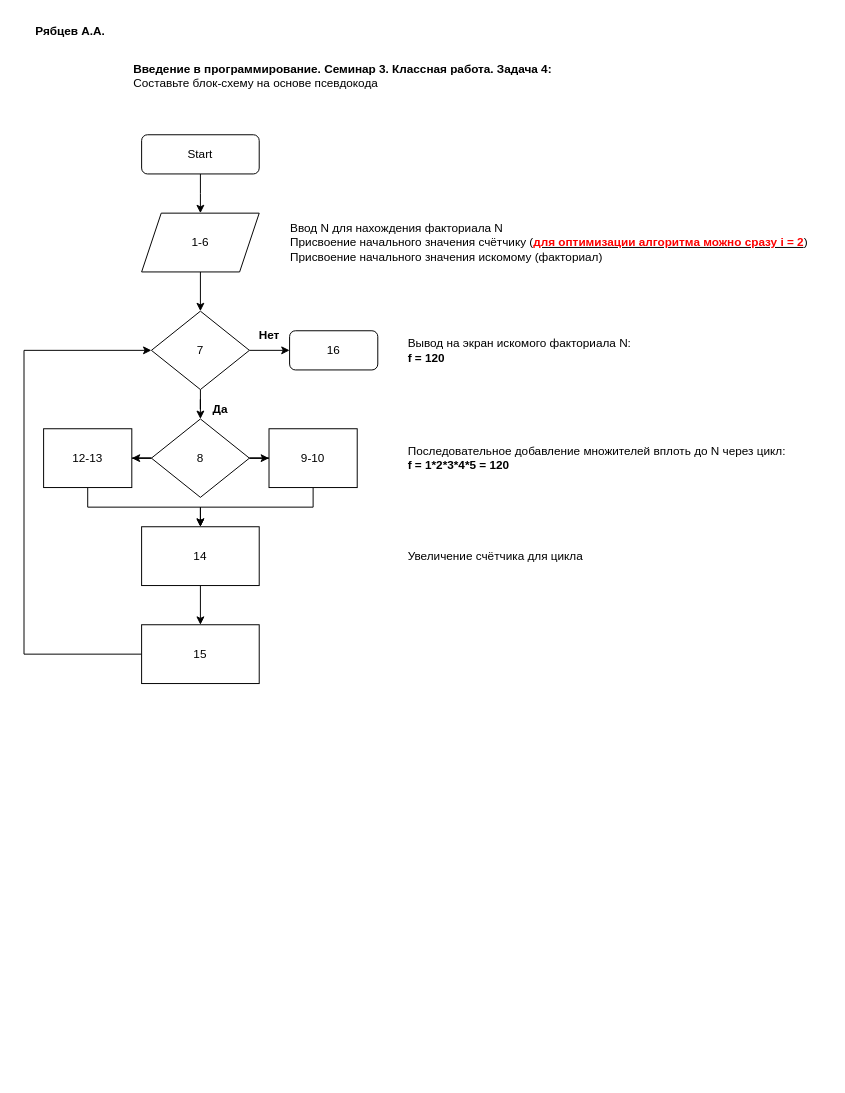
kask1n/Programming_Introguction keeps this draw.io diagram as 2022.12.13_CW_3-6.drawio. Above is the earlier version. Source tidied: cells renumbered, new cells numbered last; positions are measured from the earlier drawing's top-left corner, leaving out a move shared by most shapes. Both pictures are drawn from the tidied source at 98%, with x=0, y=0 at pixel (24, 17).
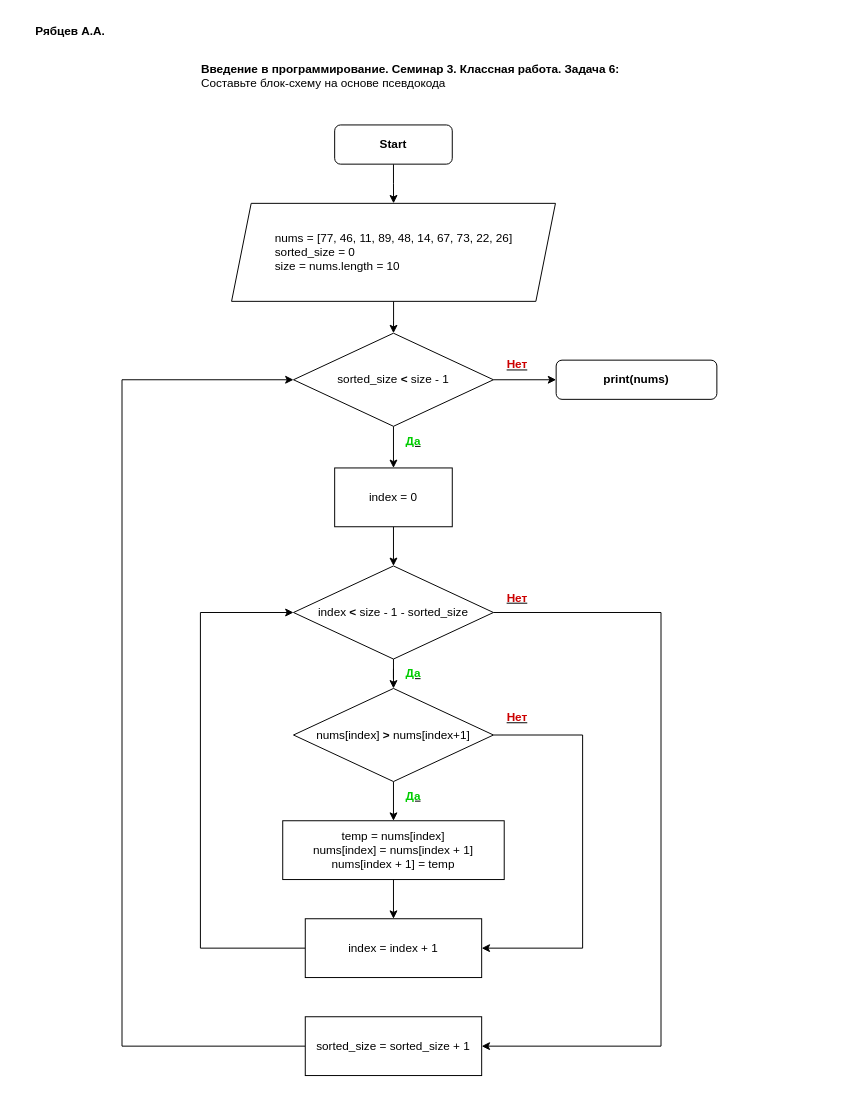
After the change.

Change to the diagram source:
```diff
@@
-    <mxCell id="2" style="edgeStyle=orthogonalEdgeStyle;rounded=0;jettySize=auto;html=1;" parent="1" edge="1" source="3">
-      <mxGeometry relative="1" as="geometry">
-        <mxPoint x="180" y="200" as="targetPoint" />
-      </mxGeometry>
-    </mxCell>
+    <mxCell id="19" value="&lt;b&gt;Рябцев А.А.&lt;/b&gt;" style="text;html=1;align=left;verticalAlign=middle;strokeColor=none;fillColor=none;" parent="1" vertex="1">
+      <mxGeometry x="10" width="90" height="30" as="geometry" />
+    </mxCell>
+    <mxCell id="29" value="&lt;b&gt;Введение в программирование. Семинар 3. Классная работа. Задача 6:&lt;br&gt;&lt;/b&gt;&lt;div&gt;Составьте блок-схему на основе псевдокода&lt;br&gt;&lt;/div&gt;" style="text;html=1;align=left;verticalAlign=middle;strokeColor=none;fillColor=none;" parent="1" vertex="1">
+      <mxGeometry x="179" y="40" width="450" height="40" as="geometry" />
+    </mxCell>
+    <mxCell id="30" style="edgeStyle=orthogonalEdgeStyle;rounded=0;jettySize=auto;html=1;" parent="1" edge="1" source="3" target="33">
+      <mxGeometry relative="1" as="geometry" />
+    </mxCell>
-    <mxCell id="3" value="Start" style="rounded=1;whiteSpace=wrap;html=1;fontSize=12;glass=0;strokeWidth=1;shadow=0;" parent="1" vertex="1">
-      <mxGeometry x="120" y="120" width="120" height="40" as="geometry" />
+    <mxCell id="3" value="&lt;b&gt;Start&lt;/b&gt;" style="rounded=1;whiteSpace=wrap;html=1;fontSize=12;glass=0;strokeWidth=1;shadow=0;" parent="1" vertex="1">
+      <mxGeometry x="317" y="110" width="120" height="40" as="geometry" />
     </mxCell>
-    <mxCell id="4" value="16" style="rounded=1;whiteSpace=wrap;html=1;fontSize=12;glass=0;strokeWidth=1;shadow=0;" parent="1" vertex="1">
-      <mxGeometry x="271" y="320" width="90" height="40" as="geometry" />
-    </mxCell>
-    <mxCell id="5" style="edgeStyle=orthogonalEdgeStyle;rounded=0;jettySize=auto;html=1;" parent="1" edge="1" source="6" target="13">
-      <mxGeometry relative="1" as="geometry" />
-    </mxCell>
-    <mxCell id="6" value="&lt;div style=&quot;text-align: justify;&quot;&gt;1-6&lt;/div&gt;" style="shape=parallelogram;perimeter=parallelogramPerimeter;whiteSpace=wrap;html=1;fixedSize=1;" parent="1" vertex="1">
-      <mxGeometry x="120" y="200" width="120" height="60" as="geometry" />
-    </mxCell>
-    <mxCell id="7" value="Вывод на экран искомого факториала N:&amp;nbsp;&lt;br&gt;&lt;b&gt;f = 120&lt;/b&gt;" style="text;html=1;align=left;verticalAlign=middle;strokeColor=none;fillColor=none;" parent="1" vertex="1">
-      <mxGeometry x="390" y="320" width="250" height="40" as="geometry" />
-    </mxCell>
-    <mxCell id="8" value="&lt;div style=&quot;&quot;&gt;&lt;span style=&quot;background-color: initial;&quot;&gt;Последовательное добавление множителей вплоть до N через цикл:&amp;nbsp;&lt;/span&gt;&lt;/div&gt;&lt;div style=&quot;&quot;&gt;&lt;span style=&quot;background-color: initial;&quot;&gt;&lt;b&gt;f = 1*2*3*4*5 = 120&lt;/b&gt;&lt;/span&gt;&lt;/div&gt;" style="text;html=1;align=left;verticalAlign=middle;strokeColor=none;fillColor=none;" parent="1" vertex="1">
-      <mxGeometry x="390" y="430" width="410" height="40" as="geometry" />
-    </mxCell>
-    <mxCell id="9" value="Ввод N для нахождения факториала N&lt;br&gt;Присвоение начального значения счётчику (&lt;b&gt;&lt;u&gt;&lt;font color=&quot;#ff0000&quot;&gt;для оптимизации алгоритма можно сразу i = 2&lt;/font&gt;&lt;/u&gt;&lt;/b&gt;)&lt;br&gt;Присвоение начального значения искомому (факториал)" style="text;html=1;align=left;verticalAlign=middle;strokeColor=none;fillColor=none;" parent="1" vertex="1">
-      <mxGeometry x="270" y="200" width="550" height="60" as="geometry" />
-    </mxCell>
-    <mxCell id="10" value="&lt;b&gt;Введение в программирование. Семинар 3. Классная работа. Задача 4:&lt;br&gt;&lt;/b&gt;&lt;div&gt;Составьте блок-схему на основе псевдокода&lt;br&gt;&lt;/div&gt;" style="text;html=1;align=left;verticalAlign=middle;strokeColor=none;fillColor=none;" parent="1" vertex="1">
-      <mxGeometry x="110" y="40" width="450" height="40" as="geometry" />
-    </mxCell>
-    <mxCell id="11" style="edgeStyle=orthogonalEdgeStyle;rounded=0;jettySize=auto;html=1;entryX=0.5;entryY=0;entryDx=0;entryDy=0;" parent="1" edge="1" source="13" target="24">
-      <mxGeometry relative="1" as="geometry" />
-    </mxCell>
-    <mxCell id="12" style="edgeStyle=orthogonalEdgeStyle;rounded=0;jettySize=auto;html=1;" parent="1" edge="1" source="13" target="4">
-      <mxGeometry relative="1" as="geometry" />
-    </mxCell>
-    <mxCell id="13" value="7" style="rhombus;whiteSpace=wrap;html=1;" parent="1" vertex="1">
-      <mxGeometry x="130" y="300" width="100" height="80" as="geometry" />
-    </mxCell>
-    <mxCell id="14" value="&lt;b&gt;Да&lt;/b&gt;" style="text;html=1;align=center;verticalAlign=middle;strokeColor=none;fillColor=none;" parent="1" vertex="1">
-      <mxGeometry x="180" y="385" width="40" height="30" as="geometry" />
-    </mxCell>
-    <mxCell id="15" value="&lt;b&gt;Нет&lt;/b&gt;" style="text;html=1;align=center;verticalAlign=middle;strokeColor=none;fillColor=none;" parent="1" vertex="1">
-      <mxGeometry x="230" y="310" width="40" height="30" as="geometry" />
-    </mxCell>
-    <mxCell id="16" style="edgeStyle=orthogonalEdgeStyle;rounded=0;jettySize=auto;html=1;" parent="1" edge="1" source="17" target="21">
-      <mxGeometry relative="1" as="geometry" />
-    </mxCell>
-    <mxCell id="17" value="14" style="rounded=0;whiteSpace=wrap;html=1;" parent="1" vertex="1">
-      <mxGeometry x="120" y="520" width="120" height="60" as="geometry" />
-    </mxCell>
-    <mxCell id="18" value="&lt;div style=&quot;&quot;&gt;Увеличение счётчика для цикла&lt;br&gt;&lt;/div&gt;" style="text;html=1;align=left;verticalAlign=middle;strokeColor=none;fillColor=none;" parent="1" vertex="1">
-      <mxGeometry x="390" y="535" width="200" height="30" as="geometry" />
-    </mxCell>
-    <mxCell id="19" value="&lt;b&gt;Рябцев А.А.&lt;/b&gt;" style="text;html=1;align=left;verticalAlign=middle;strokeColor=none;fillColor=none;" parent="1" vertex="1">
-      <mxGeometry x="10" width="90" height="30" as="geometry" />
-    </mxCell>
-    <mxCell id="20" style="edgeStyle=orthogonalEdgeStyle;rounded=0;jettySize=auto;html=1;entryX=0;entryY=0.5;entryDx=0;entryDy=0;" parent="1" edge="1" source="21" target="13">
-      <mxGeometry relative="1" as="geometry">
-        <Array as="points">
-          <mxPoint y="650" />
-          <mxPoint y="340" />
-        </Array>
-      </mxGeometry>
-    </mxCell>
-    <mxCell id="21" value="15" style="rounded=0;whiteSpace=wrap;html=1;" parent="1" vertex="1">
-      <mxGeometry x="120" y="620" width="120" height="60" as="geometry" />
-    </mxCell>
-    <mxCell id="22" style="edgeStyle=orthogonalEdgeStyle;rounded=0;jettySize=auto;html=1;" parent="1" edge="1" source="24" target="28">
-      <mxGeometry relative="1" as="geometry" />
-    </mxCell>
-    <mxCell id="23" style="edgeStyle=orthogonalEdgeStyle;rounded=0;jettySize=auto;html=1;" parent="1" edge="1" source="24" target="26">
-      <mxGeometry relative="1" as="geometry" />
-    </mxCell>
-    <mxCell id="24" value="8" style="rhombus;whiteSpace=wrap;html=1;" parent="1" vertex="1">
-      <mxGeometry x="130" y="410" width="100" height="80" as="geometry" />
-    </mxCell>
-    <mxCell id="25" style="edgeStyle=orthogonalEdgeStyle;rounded=0;jettySize=auto;html=1;entryX=0.5;entryY=0;entryDx=0;entryDy=0;" parent="1" edge="1" source="26" target="17">
-      <mxGeometry relative="1" as="geometry">
-        <Array as="points">
-          <mxPoint x="65" y="500" />
-          <mxPoint x="180" y="500" />
-        </Array>
-      </mxGeometry>
-    </mxCell>
-    <mxCell id="26" value="12-13" style="rounded=0;whiteSpace=wrap;html=1;" parent="1" vertex="1">
-      <mxGeometry x="20" y="420" width="90" height="60" as="geometry" />
-    </mxCell>
-    <mxCell id="27" style="edgeStyle=orthogonalEdgeStyle;rounded=0;jettySize=auto;html=1;" parent="1" edge="1" source="28">
-      <mxGeometry relative="1" as="geometry">
-        <mxPoint x="180" y="520" as="targetPoint" />
-        <Array as="points">
-          <mxPoint x="295" y="500" />
-          <mxPoint x="180" y="500" />
-          <mxPoint x="180" y="520" />
-        </Array>
-      </mxGeometry>
-    </mxCell>
-    <mxCell id="28" value="9-10" style="rounded=0;whiteSpace=wrap;html=1;" parent="1" vertex="1">
-      <mxGeometry x="250" y="420" width="90" height="60" as="geometry" />
-    </mxCell>
+    <mxCell id="31" value="&lt;b&gt;print(nums)&lt;/b&gt;" style="rounded=1;whiteSpace=wrap;html=1;fontSize=12;glass=0;strokeWidth=1;shadow=0;" parent="1" vertex="1">
+      <mxGeometry x="543" y="350" width="164" height="40" as="geometry" />
+    </mxCell>
+    <mxCell id="32" style="edgeStyle=orthogonalEdgeStyle;rounded=0;jettySize=auto;html=1;" parent="1" edge="1" source="33" target="43">
+      <mxGeometry relative="1" as="geometry" />
+    </mxCell>
+    <mxCell id="33" value="&lt;div style=&quot;text-align: justify;&quot;&gt;&lt;span style=&quot;background-color: initial;&quot;&gt;nums = [77, 46, 11, 89, 48, 14, 67, 73, 22, 26]&lt;/span&gt;&lt;/div&gt;&lt;div style=&quot;text-align: justify;&quot;&gt;&lt;span style=&quot;background-color: initial;&quot;&gt;sorted_size = 0&lt;/span&gt;&lt;/div&gt;&lt;div style=&quot;text-align: justify;&quot;&gt;size = nums.length = 10&lt;/div&gt;" style="shape=parallelogram;perimeter=parallelogramPerimeter;whiteSpace=wrap;html=1;fixedSize=1;" parent="1" vertex="1">
+      <mxGeometry x="211.8" y="190" width="330.5" height="100" as="geometry" />
+    </mxCell>
+    <mxCell id="34" value="&lt;b&gt;&lt;u&gt;&lt;font color=&quot;#00cc00&quot;&gt;Да&lt;/font&gt;&lt;/u&gt;&lt;/b&gt;" style="text;html=1;align=center;verticalAlign=middle;strokeColor=none;fillColor=none;" parent="1" vertex="1">
+      <mxGeometry x="377" y="417.5" width="40" height="30" as="geometry" />
+    </mxCell>
+    <mxCell id="35" value="&lt;b&gt;&lt;u&gt;&lt;font color=&quot;#cc0000&quot;&gt;Нет&lt;/font&gt;&lt;/u&gt;&lt;/b&gt;" style="text;html=1;align=center;verticalAlign=middle;strokeColor=none;fillColor=none;" parent="1" vertex="1">
+      <mxGeometry x="483" y="340" width="40" height="30" as="geometry" />
+    </mxCell>
+    <mxCell id="36" style="edgeStyle=orthogonalEdgeStyle;rounded=0;jettySize=auto;html=1;entryX=0;entryY=0.5;entryDx=0;entryDy=0;exitX=0;exitY=0.5;exitDx=0;exitDy=0;" parent="1" edge="1" source="38" target="43">
+      <mxGeometry relative="1" as="geometry">
+        <Array as="points">
+          <mxPoint x="100" y="1050" />
+          <mxPoint x="100" y="370" />
+        </Array>
+      </mxGeometry>
+    </mxCell>
+    <mxCell id="37" style="edgeStyle=orthogonalEdgeStyle;rounded=0;jettySize=auto;html=1;exitX=1;exitY=0.5;exitDx=0;exitDy=0;entryX=1;entryY=0.5;entryDx=0;entryDy=0;" parent="1" edge="1" source="40" target="38">
+      <mxGeometry relative="1" as="geometry">
+        <Array as="points">
+          <mxPoint x="650" y="608" />
+          <mxPoint x="650" y="1050" />
+        </Array>
+      </mxGeometry>
+    </mxCell>
+    <mxCell id="38" value="sorted_size&amp;nbsp;= sorted_size&amp;nbsp;+ 1" style="rounded=0;whiteSpace=wrap;html=1;" parent="1" vertex="1">
+      <mxGeometry x="287" y="1020" width="180" height="60" as="geometry" />
+    </mxCell>
+    <mxCell id="39" style="edgeStyle=orthogonalEdgeStyle;rounded=0;jettySize=auto;html=1;" parent="1" edge="1" source="40" target="46">
+      <mxGeometry relative="1" as="geometry" />
+    </mxCell>
+    <mxCell id="40" value="index&amp;nbsp;&lt;b&gt;&amp;lt;&lt;/b&gt; size - 1 - sorted_size" style="rhombus;whiteSpace=wrap;html=1;" parent="1" vertex="1">
+      <mxGeometry x="275" y="560" width="204" height="95" as="geometry" />
+    </mxCell>
+    <mxCell id="41" style="edgeStyle=orthogonalEdgeStyle;rounded=0;jettySize=auto;html=1;" parent="1" edge="1" source="43" target="31">
+      <mxGeometry relative="1" as="geometry" />
+    </mxCell>
+    <mxCell id="42" style="edgeStyle=orthogonalEdgeStyle;rounded=0;jettySize=auto;html=1;" parent="1" edge="1" source="43" target="54">
+      <mxGeometry relative="1" as="geometry" />
+    </mxCell>
+    <mxCell id="43" value="&lt;span style=&quot;text-align: justify;&quot;&gt;sorted_size&lt;/span&gt;&amp;nbsp;&lt;b&gt;&amp;lt;&lt;/b&gt; size - 1" style="rhombus;whiteSpace=wrap;html=1;" parent="1" vertex="1">
+      <mxGeometry x="275" y="322.5" width="204" height="95" as="geometry" />
+    </mxCell>
+    <mxCell id="44" style="edgeStyle=orthogonalEdgeStyle;rounded=0;jettySize=auto;html=1;" parent="1" edge="1" source="46" target="49">
+      <mxGeometry relative="1" as="geometry" />
+    </mxCell>
+    <mxCell id="45" style="edgeStyle=orthogonalEdgeStyle;rounded=0;jettySize=auto;html=1;entryX=1;entryY=0.5;entryDx=0;entryDy=0;" parent="1" edge="1" source="46" target="56">
+      <mxGeometry relative="1" as="geometry">
+        <Array as="points">
+          <mxPoint x="570" y="733" />
+          <mxPoint x="570" y="950" />
+        </Array>
+      </mxGeometry>
+    </mxCell>
+    <mxCell id="46" value="nums[index] &lt;b&gt;&amp;gt;&lt;/b&gt;&amp;nbsp;nums[index+1]" style="rhombus;whiteSpace=wrap;html=1;" parent="1" vertex="1">
+      <mxGeometry x="275" y="685" width="204" height="95" as="geometry" />
+    </mxCell>
+    <mxCell id="47" value="&lt;b&gt;&lt;u&gt;&lt;font color=&quot;#cc0000&quot;&gt;Нет&lt;/font&gt;&lt;/u&gt;&lt;/b&gt;" style="text;html=1;align=center;verticalAlign=middle;strokeColor=none;fillColor=none;" parent="1" vertex="1">
+      <mxGeometry x="483" y="700" width="40" height="30" as="geometry" />
+    </mxCell>
+    <mxCell id="48" style="edgeStyle=orthogonalEdgeStyle;rounded=0;jettySize=auto;html=1;" parent="1" edge="1" source="49" target="56">
+      <mxGeometry relative="1" as="geometry" />
+    </mxCell>
+    <mxCell id="49" value="temp = nums[index]&lt;br&gt;nums[index] = nums[index + 1]&lt;br&gt;nums[index + 1] = temp" style="rounded=0;whiteSpace=wrap;html=1;" parent="1" vertex="1">
+      <mxGeometry x="264" y="820" width="226" height="60" as="geometry" />
+    </mxCell>
+    <mxCell id="50" value="&lt;b&gt;&lt;u&gt;&lt;font color=&quot;#00cc00&quot;&gt;Да&lt;/font&gt;&lt;/u&gt;&lt;/b&gt;" style="text;html=1;align=center;verticalAlign=middle;strokeColor=none;fillColor=none;" parent="1" vertex="1">
+      <mxGeometry x="377" y="780" width="40" height="30" as="geometry" />
+    </mxCell>
+    <mxCell id="51" value="&lt;b&gt;&lt;u&gt;&lt;font color=&quot;#00cc00&quot;&gt;Да&lt;/font&gt;&lt;/u&gt;&lt;/b&gt;" style="text;html=1;align=center;verticalAlign=middle;strokeColor=none;fillColor=none;" parent="1" vertex="1">
+      <mxGeometry x="377" y="654.5" width="40" height="30" as="geometry" />
+    </mxCell>
+    <mxCell id="52" value="&lt;b&gt;&lt;u&gt;&lt;font color=&quot;#cc0000&quot;&gt;Нет&lt;/font&gt;&lt;/u&gt;&lt;/b&gt;" style="text;html=1;align=center;verticalAlign=middle;strokeColor=none;fillColor=none;" parent="1" vertex="1">
+      <mxGeometry x="483" y="577.5" width="40" height="30" as="geometry" />
+    </mxCell>
+    <mxCell id="53" style="edgeStyle=orthogonalEdgeStyle;rounded=0;jettySize=auto;html=1;" parent="1" edge="1" source="54" target="40">
+      <mxGeometry relative="1" as="geometry" />
+    </mxCell>
+    <mxCell id="54" value="index = 0" style="rounded=0;whiteSpace=wrap;html=1;" parent="1" vertex="1">
+      <mxGeometry x="317" y="460" width="120" height="60" as="geometry" />
+    </mxCell>
+    <mxCell id="55" style="edgeStyle=orthogonalEdgeStyle;rounded=0;jettySize=auto;html=1;entryX=0;entryY=0.5;entryDx=0;entryDy=0;" parent="1" edge="1" source="56" target="40">
+      <mxGeometry relative="1" as="geometry">
+        <Array as="points">
+          <mxPoint x="180" y="950" />
+          <mxPoint x="180" y="608" />
+        </Array>
+      </mxGeometry>
+    </mxCell>
+    <mxCell id="56" value="index = index + 1" style="rounded=0;whiteSpace=wrap;html=1;" parent="1" vertex="1">
+      <mxGeometry x="287" y="920" width="180" height="60" as="geometry" />
+    </mxCell>
```
